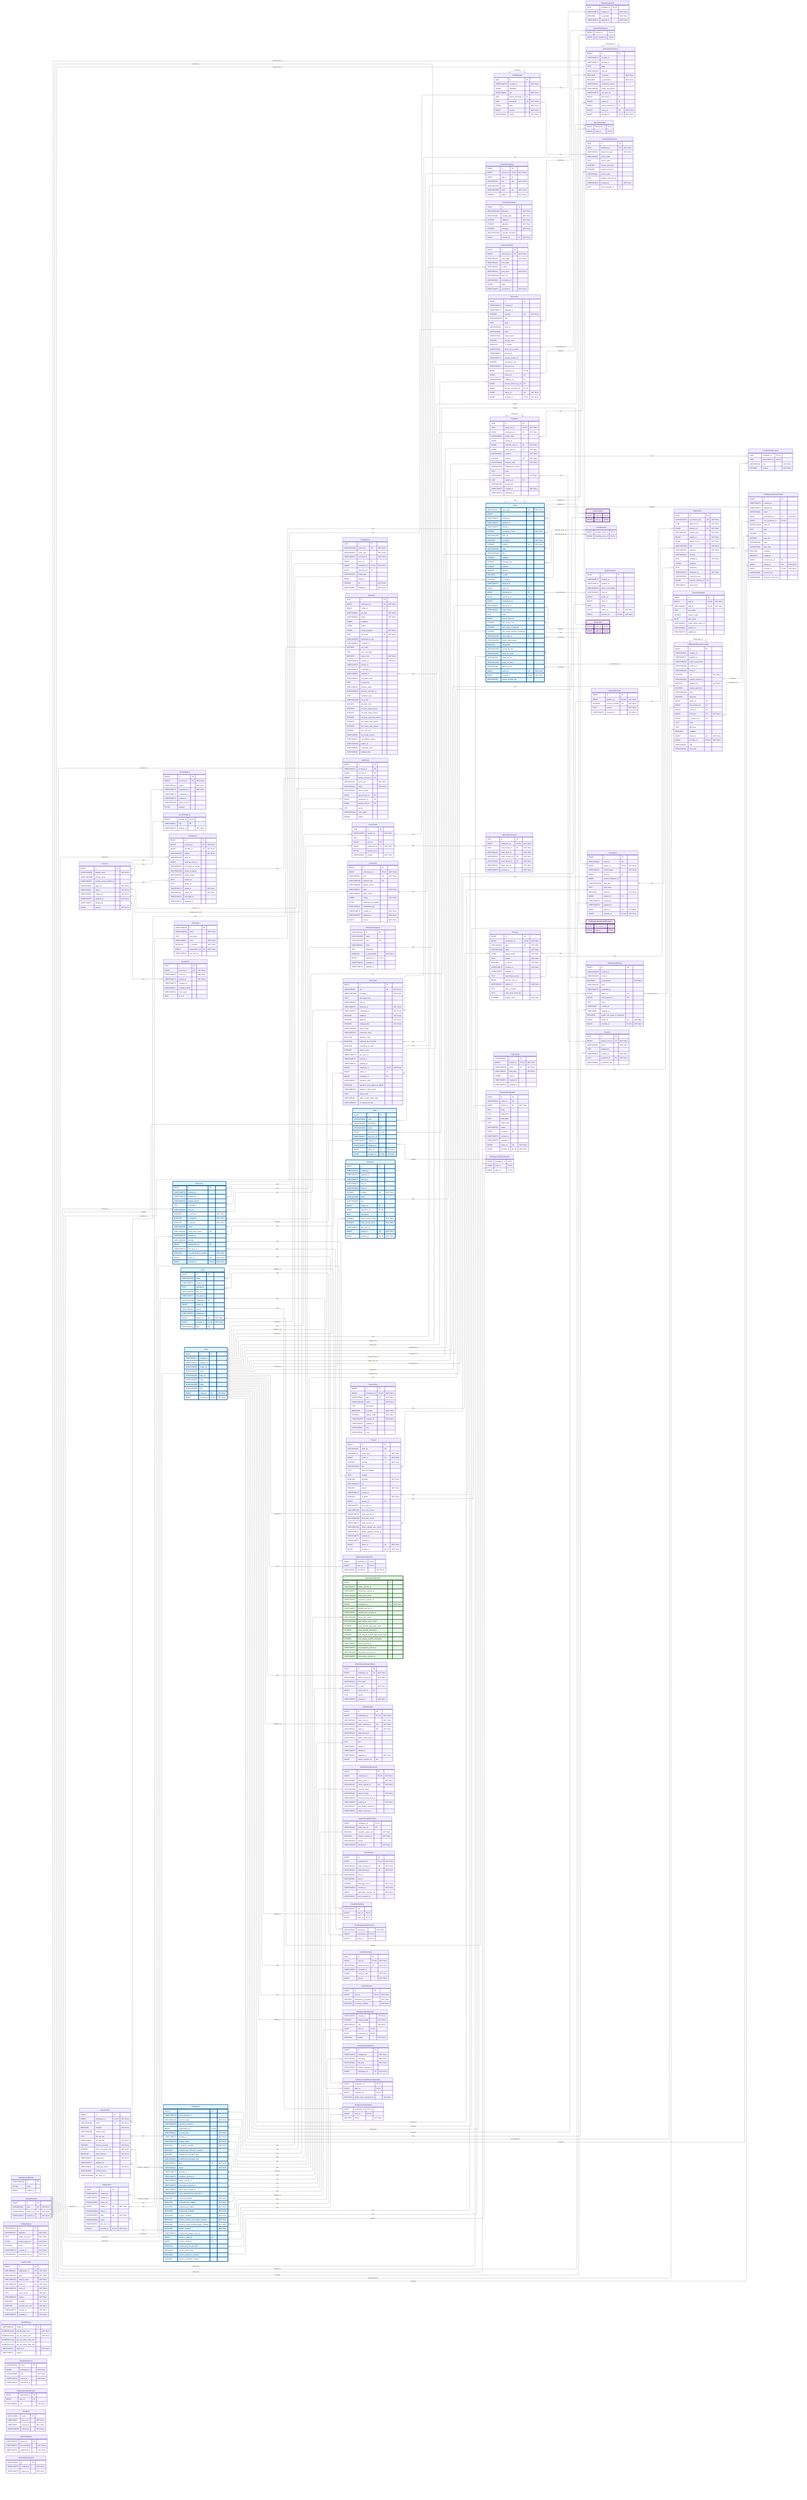
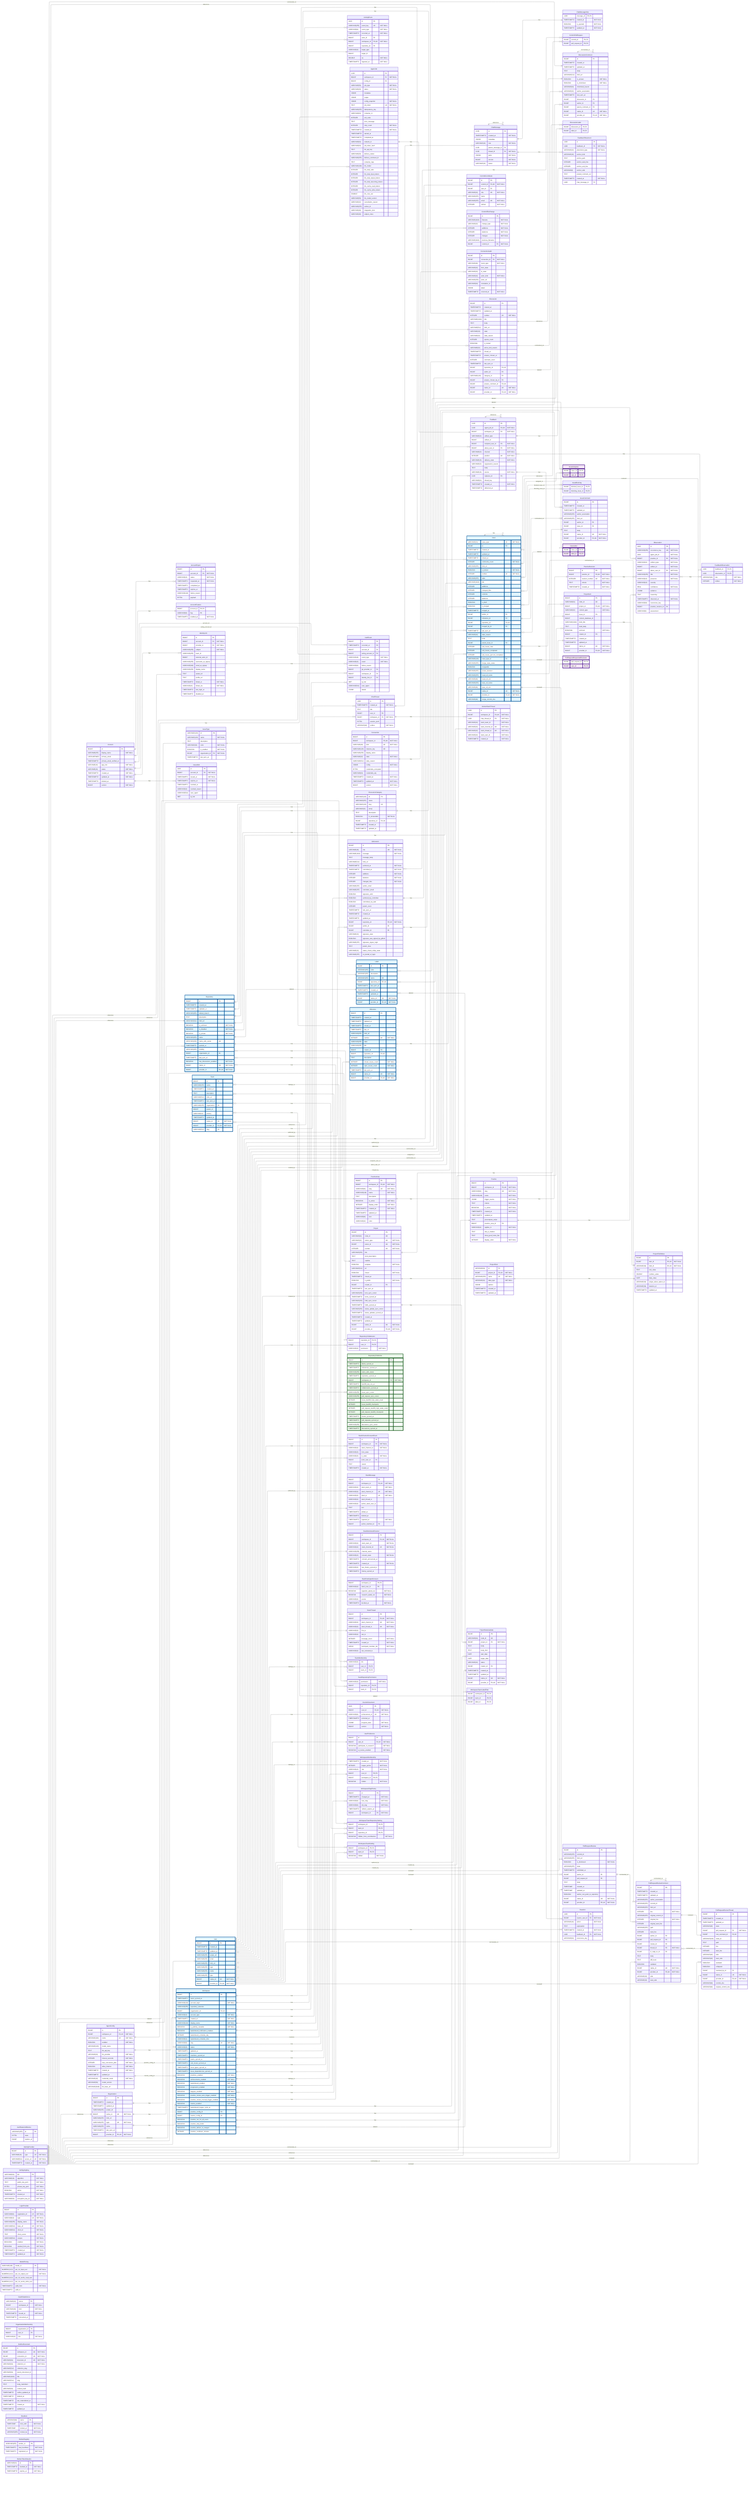
---
config:
    layout: elk
---
erDiagram
    %% Generated automatically from PostgreSQL database schema
    %% using scripts/generate-mermaid-erd.ts
    %% To regenerate: pnpm run db:generate-erd-docs

    direction LR

    Account {
        BIGINT id PK
        VARCHAR(255) display_name "NOT NULL"
        USER-DEFINED primary_email
        TIMESTAMPTZ primary_email_verified_at
        VARCHAR(16) app_role "NOT NULL"
        VARCHAR(16) status "NOT NULL"
        TIMESTAMPTZ created_at "NOT NULL"
        TIMESTAMPTZ updated_at "NOT NULL"
        TIMESTAMPTZ deleted_at
        BIGINT version "NOT NULL"
    }

    AccountExport {
        BIGINT id PK
        BIGINT account_id FK "NOT NULL"
        VARCHAR(16) status "NOT NULL"
        TIMESTAMPTZ requested_at "NOT NULL"
        TIMESTAMPTZ completed_at
        TIMESTAMPTZ expires_at
        VARCHAR(128) failure_reason
        BYTEA payload
    }

    AccountFeature {
        BIGINT account_id PK,FK
        VARCHAR(64) flag PK
        TIMESTAMPTZ enabled_at "NOT NULL"
    }

    ActivityEvent {
        UUID id PK
        VARCHAR(255) event_key UK "NOT NULL"
        VARCHAR(64) event_type "NOT NULL"
        TIMESTAMPTZ occurred_at "NOT NULL"
        BIGINT actor_id FK
        BIGINT workspace_id FK,UK "NOT NULL"
        BIGINT repository_id FK
        VARCHAR(32) target_type
        BIGINT target_id
        DOUBLE xp "NOT NULL"
        TIMESTAMPTZ ingested_at "NOT NULL"
    }

    AgentConfig {
        BIGINT id PK
        BIGINT workspace_id FK,UK "NOT NULL"
        VARCHAR(100) name UK "NOT NULL"
        BOOLEAN enabled "NOT NULL"
        VARCHAR(128) model_name
        TEXT llm_api_key
        VARCHAR(32) llm_provider "NOT NULL"
        INTEGER timeout_seconds "NOT NULL"
        INTEGER max_concurrent_jobs "NOT NULL"
        BOOLEAN allow_internet "NOT NULL"
        TIMESTAMPTZ created_at "NOT NULL"
        TIMESTAMPTZ updated_at
        VARCHAR(16) credential_mode "NOT NULL"
        VARCHAR(50) model_version
        VARCHAR(2048) llm_base_url
    }

    AgentJob {
        UUID id PK
        BIGINT workspace_id FK "NOT NULL"
        BIGINT config_id FK
        VARCHAR(50) job_type "NOT NULL"
        VARCHAR(20) status "NOT NULL"
        JSONB metadata
        JSONB output
        JSONB config_snapshot "NOT NULL"
        TEXT job_token UK "NOT NULL"
        VARCHAR(255) idempotency_key
        VARCHAR(64) container_id
        INTEGER exit_code
        TEXT error_message
        INTEGER retry_count "NOT NULL"
        TIMESTAMPTZ created_at "NOT NULL"
        TIMESTAMPTZ started_at
        TIMESTAMPTZ completed_at
        VARCHAR(64) network_id
        VARCHAR(64) job_token_hash
        TEXT llm_api_key
        VARCHAR(20) delivery_status
        VARCHAR(255) delivery_comment_id
        TEXT container_logs
        VARCHAR(100) llm_model
        INTEGER llm_total_calls
        INTEGER llm_total_input_tokens
        INTEGER llm_total_output_tokens
        INTEGER llm_total_reasoning_tokens
        INTEGER llm_cache_read_tokens
        INTEGER llm_cache_write_tokens
        DOUBLE llm_cost_usd
        VARCHAR(50) llm_model_version
        VARCHAR(32) cancellation_reason
        VARCHAR(255) worker_id
        VARCHAR(48) integration_kind
        VARCHAR(48) subject_class
    }

    AuthEvent {
        BIGINT id PK
        TIMESTAMPTZ occurred_at PK
        BIGINT account_id FK
        BIGINT acting_account_id FK
        VARCHAR(48) event_type "NOT NULL"
        VARCHAR(16) result "NOT NULL"
        VARCHAR(64) failure_reason
        BIGINT git_provider_id FK
        BIGINT workspace_id FK
        BIGINT identity_link_id FK
        INET ip_inet
        VARCHAR(512) user_agent
        JSONB details
    }

    AuthRateLimitBucket {
        VARCHAR(255) id PK
        BYTEA state
        BIGINT expires_at
    }

    ChatMessage {
        UUID id PK
        TIMESTAMPTZ created_at "NOT NULL"
        JSONB metadata
        VARCHAR(16) role "NOT NULL"
        UUID parent_message_id FK
        UUID thread_id FK "NOT NULL"
        JSONB parts "NOT NULL"
        BIGINT version "NOT NULL"
        VARCHAR(16) status "NOT NULL"
    }

    ChatMessageVote {
        UUID message_id PK,FK
        TIMESTAMPTZ created_at "NOT NULL"
        BOOLEAN is_upvoted "NOT NULL"
        TIMESTAMPTZ updated_at "NOT NULL"
    }

    ChatThread {
        UUID id PK
        TIMESTAMPTZ created_at "NOT NULL"
        TEXT title
        BIGINT user_id FK
        BIGINT workspace_id FK "NOT NULL"
        BYTEA session_jsonl
        VARCHAR(16) surface "NOT NULL"
    }

    CommitContributor {
        BIGINT id PK
        BIGINT commit_id FK,UK "NOT NULL"
        BIGINT user_id FK
        VARCHAR(32) role UK "NOT NULL"
        VARCHAR(255) name
        VARCHAR(255) email UK "NOT NULL"
        INTEGER ordinal "NOT NULL"
    }

    CommitFileChange {
        BIGINT id PK
        VARCHAR(1024) filename "NOT NULL"
        VARCHAR(32) change_type "NOT NULL"
        INTEGER additions "NOT NULL"
        INTEGER deletions "NOT NULL"
        INTEGER changes "NOT NULL"
        VARCHAR(1024) previous_filename
        BIGINT commit_id FK "NOT NULL"
    }

    CommitPullRequest {
        BIGINT commit_id PK,FK
        BIGINT pull_request_id PK,FK
    }

    Connection {
        BIGINT id PK
        BIGINT workspace_id FK,UK "NOT NULL"
        VARCHAR(48) kind UK "NOT NULL"
        VARCHAR(128) instance_key UK
        VARCHAR(256) display_name
        VARCHAR(32) state "NOT NULL"
        VARCHAR(512) state_reason
        JSONB config "NOT NULL"
        BYTEA credentials_encrypted
        VARCHAR(64) credentials_alg
        TIMESTAMPTZ created_at "NOT NULL"
        TIMESTAMPTZ updated_at "NOT NULL"
        BIGINT version "NOT NULL"
    }

    ConnectionAudit {
        BIGINT id PK
        BIGINT connection_id FK "NOT NULL"
        VARCHAR(48) event_type "NOT NULL"
        VARCHAR(32) from_state
        VARCHAR(32) to_state
        VARCHAR(32) actor_kind "NOT NULL"
        VARCHAR(256) actor_ref
        VARCHAR(64) correlation_id
        JSONB detail
        TIMESTAMPTZ occurred_at "NOT NULL"
    }

    Discussion {
        BIGINT id PK
        TIMESTAMPTZ created_at
        TIMESTAMPTZ updated_at
        INTEGER number UK "NOT NULL"
        VARCHAR(1024) title
        TEXT body
        VARCHAR(512) html_url
        VARCHAR(16) state
        VARCHAR(32) state_reason
        INTEGER upvote_count
        BOOLEAN is_locked
        VARCHAR(32) active_lock_reason
        TIMESTAMPTZ closed_at
        TIMESTAMPTZ answer_chosen_at
        INTEGER comment_count
        TIMESTAMPTZ last_sync_at
        BIGINT repository_id FK,UK
        BIGINT author_id FK
        VARCHAR(128) category_id FK
        BIGINT answer_chosen_by_id FK
        BIGINT answer_comment_id FK,UK
        BIGINT native_id UK "NOT NULL"
        BIGINT provider_id FK,UK "NOT NULL"
    }

    DiscussionCategory {
        VARCHAR(128) id PK
        VARCHAR(255) name
        VARCHAR(128) slug UK
        VARCHAR(32) emoji
        TEXT description
        BOOLEAN is_answerable "NOT NULL"
        BIGINT repository_id FK,UK
        TIMESTAMPTZ created_at
        TIMESTAMPTZ updated_at
    }

    DiscussionComment {
        BIGINT id PK
        TIMESTAMPTZ created_at
        TIMESTAMPTZ updated_at
        TEXT body
        VARCHAR(512) html_url
        BOOLEAN is_answer "NOT NULL"
        BOOLEAN is_minimized "NOT NULL"
        VARCHAR(64) minimized_reason
        VARCHAR(32) author_association
        TIMESTAMPTZ last_sync_at
        BIGINT discussion_id FK
        BIGINT author_id FK
        BIGINT parent_comment_id FK
        BIGINT native_id UK "NOT NULL"
        BIGINT provider_id FK,UK "NOT NULL"
    }

    DiscussionLabel {
        BIGINT discussion_id PK,FK
        BIGINT label_id PK,FK
    }

    Feedback {
        UUID id PK
        UUID agent_job_id FK,UK "NOT NULL"
        BIGINT workspace_id FK "NOT NULL"
        VARCHAR(32) artifact_type
        BIGINT artifact_id
        BIGINT recipient_user_id FK "NOT NULL"
        BIGINT about_user_id FK "NOT NULL"
        VARCHAR(32) channel "NOT NULL"
        INTEGER position UK "NOT NULL"
        VARCHAR(16) delivery_state "NOT NULL"
        VARCHAR(32) suppression_reason
        TEXT body
        VARCHAR(16) source "NOT NULL"
        UUID replaces_id FK
        VARCHAR(64) thread_key
        TIMESTAMPTZ created_at "NOT NULL"
        TIMESTAMPTZ delivered_at
    }

    FeedbackObservation {
        UUID feedback_id PK,FK
        UUID observation_id PK,FK
        VARCHAR(16) role "NOT NULL"
        INTEGER ordinal "NOT NULL"
    }

    FeedbackPlacement {
        UUID id PK
        UUID feedback_id FK "NOT NULL"
        VARCHAR(32) placement_type "NOT NULL"
        VARCHAR(16) anchor_kind
        TEXT anchor_path
        INTEGER anchor_start_line
        INTEGER anchor_end_line
        VARCHAR(8) anchor_side
        TEXT posted_comment_ref
        TIMESTAMPTZ created_at "NOT NULL"
        UUID chat_message_id FK
    }

    GitCommit {
        BIGINT id PK
        VARCHAR(40) sha UK "NOT NULL"
        VARCHAR(1024) message "NOT NULL"
        TEXT message_body
        VARCHAR(512) html_url
        TIMESTAMPTZ authored_at "NOT NULL"
        TIMESTAMPTZ committed_at "NOT NULL"
        INTEGER additions "NOT NULL"
        INTEGER deletions "NOT NULL"
        INTEGER changed_files "NOT NULL"
        VARCHAR(255) author_email
        VARCHAR(255) committer_email
        BOOLEAN signature_valid
        BOOLEAN authored_by_committer
        BOOLEAN committed_via_web
        INTEGER parent_count
        TIMESTAMPTZ last_sync_at
        TIMESTAMPTZ created_at
        TIMESTAMPTZ updated_at
        BIGINT repository_id FK,UK "NOT NULL"
        BIGINT author_id FK
        BIGINT committer_id FK
        VARCHAR(32) signature_state
        BOOLEAN signature_was_signed_by_github
        VARCHAR(255) signature_signer_login
        TEXT parent_shas
        VARCHAR(32) status_check_rollup_state
        VARCHAR(255) on_behalf_of_login
    }

    IdentityLink {
        BIGINT id PK
        BIGINT account_id FK "NOT NULL"
        BIGINT provider_id FK "NOT NULL"
        VARCHAR(255) subject "NOT NULL"
        VARCHAR(255) team_id
        BIGINT external_actor_id
        VARCHAR(255) username_at_signup
        VARCHAR(320) email_at_signup
        VARCHAR(255) display_name
        TEXT avatar_url
        TEXT profile_url
        TIMESTAMPTZ linked_at "NOT NULL"
        VARCHAR(16) linked_via "NOT NULL"
        TIMESTAMPTZ last_login_at
        TIMESTAMPTZ disabled_at
    }

    IdentityProvider {
        BIGINT id PK
        VARCHAR(10) type UK "NOT NULL"
        VARCHAR(512) server_url UK "NOT NULL"
        TIMESTAMPTZ created_at "NOT NULL"
    }

    Issue {
        VARCHAR(31) issue_type UK "NOT NULL"
        BIGINT id PK
        TIMESTAMPTZ created_at
        TIMESTAMPTZ updated_at
        TIMESTAMPTZ closed_at
        INTEGER comments_count "NOT NULL"
        VARCHAR(255) html_url
        BOOLEAN is_locked "NOT NULL"
        INTEGER number UK "NOT NULL"
        VARCHAR(255) state
        VARCHAR(1024) title
        INTEGER additions
        INTEGER changed_files
        INTEGER commits
        INTEGER deletions
        BOOLEAN is_draft
        BOOLEAN is_merged
        TIMESTAMPTZ merged_at
        BIGINT author_id FK
        BIGINT milestone_id FK
        BIGINT repository_id FK,UK
        BIGINT merged_by_id FK
        TIMESTAMPTZ last_sync_at
        VARCHAR(32) state_reason
        TEXT body
        BIGINT parent_issue_id FK
        INTEGER sub_issues_total
        INTEGER sub_issues_completed
        INTEGER sub_issues_percent_completed
        VARCHAR(128) issue_type_id FK
        VARCHAR(255) merge_state_status
        BOOLEAN mergeable
        VARCHAR(255) review_decision
        VARCHAR(255) head_ref_name
        VARCHAR(40) head_ref_oid
        VARCHAR(255) base_ref_name
        VARCHAR(40) base_ref_oid
        BIGINT native_id UK "NOT NULL"
        BIGINT provider_id FK,UK "NOT NULL"
        VARCHAR(40) merge_commit_sha
    }

    IssueAssignee {
        BIGINT issue_id PK,FK
        BIGINT user_id PK,FK
    }

    IssueBlocking {
        BIGINT blocked_issue_id PK,FK
        BIGINT blocking_issue_id PK,FK
    }

    IssueComment {
        BIGINT id PK
        TIMESTAMPTZ created_at
        TIMESTAMPTZ updated_at
        VARCHAR(255) author_association
        VARCHAR(255) html_url
        BIGINT author_id FK
        BIGINT issue_id FK
        TEXT body
        BIGINT native_id UK "NOT NULL"
        BIGINT provider_id FK,UK "NOT NULL"
    }

    IssueLabel {
        BIGINT issue_id PK,FK
        BIGINT label_id PK,FK
    }

    IssueType {
        VARCHAR(128) id PK
        VARCHAR(128) name "NOT NULL"
        TEXT description
        VARCHAR(20) color "NOT NULL"
        BOOLEAN is_enabled "NOT NULL"
        BIGINT organization_id FK "NOT NULL"
        TIMESTAMPTZ last_sync_at
    }

    IssuedJwt {
        UUID jti PK
        BIGINT account_id FK "NOT NULL"
        TIMESTAMPTZ issued_at "NOT NULL"
        TIMESTAMPTZ expires_at "NOT NULL"
        TIMESTAMPTZ revoked_at
        VARCHAR(32) revoked_reason
        VARCHAR(512) user_agent
        INET ip_inet
    }

    JwtSigningKey {
        VARCHAR(64) kid PK
        VARCHAR(16) algorithm "NOT NULL"
        TEXT public_key_pem "NOT NULL"
        BYTEA private_key_pem "NOT NULL"
        BOOLEAN active "NOT NULL"
        TIMESTAMPTZ created_at "NOT NULL"
        VARCHAR(64) encryption_key_id "NOT NULL"
    }

    Label {
        BIGINT id PK
        VARCHAR(255) color
        VARCHAR(255) description
        VARCHAR(255) name UK
        BIGINT repository_id FK,UK
        TIMESTAMPTZ last_sync_at
        TIMESTAMPTZ created_at
        TIMESTAMPTZ updated_at
        BIGINT native_id UK "NOT NULL"
        BIGINT provider_id FK,UK "NOT NULL"
    }

    LoginProvider {
        BIGINT id PK
        VARCHAR(64) registration_id UK "NOT NULL"
        VARCHAR(10) type UK "NOT NULL"
        VARCHAR(255) display_name "NOT NULL"
        VARCHAR(512) base_url UK "NOT NULL"
        VARCHAR(512) client_id "NOT NULL"
        TEXT client_secret "NOT NULL"
        VARCHAR(512) scopes "NOT NULL"
        BOOLEAN enabled "NOT NULL"
        BOOLEAN seeded_from_env "NOT NULL"
        TIMESTAMPTZ created_at "NOT NULL"
        TIMESTAMPTZ updated_at "NOT NULL"
    }

    MentorSlackThread {
        UUID id PK
        BIGINT workspace_id FK,UK "NOT NULL"
        UUID chat_thread_id FK "NOT NULL"
        VARCHAR(32) slack_team_id "NOT NULL"
        VARCHAR(32) slack_channel_id UK "NOT NULL"
        VARCHAR(32) slack_thread_ts UK "NOT NULL"
        VARCHAR(32) slack_user_id "NOT NULL"
        TIMESTAMPTZ created_at "NOT NULL"
    }

    Milestone {
        BIGINT id PK
        TIMESTAMPTZ created_at
        TIMESTAMPTZ updated_at
        TIMESTAMPTZ closed_at
        TIMESTAMPTZ due_on
        VARCHAR(255) html_url
        INTEGER number UK "NOT NULL"
        VARCHAR(255) state
        VARCHAR(255) title
        BIGINT creator_id FK
        BIGINT repository_id FK,UK
        TEXT description
        INTEGER closed_issues_count "NOT NULL"
        INTEGER open_issues_count "NOT NULL"
        TIMESTAMPTZ last_sync_at
        BIGINT native_id UK "NOT NULL"
        BIGINT provider_id FK,UK "NOT NULL"
    }

    ModelPricing {
        VARCHAR(128) model_id PK
        NUMERIC(12,6) per_1k_input_usd "NOT NULL"
        NUMERIC(12,6) per_1k_output_usd "NOT NULL"
        NUMERIC(12,6) per_1k_cache_read_usd
        NUMERIC(12,6) per_1k_cache_write_usd
        TIMESTAMPTZ valid_from "NOT NULL"
        TIMESTAMPTZ valid_to
    }

    OauthStateNonce {
        VARCHAR(32) nonce PK
        BIGINT workspace_id "NOT NULL"
        VARCHAR(48) kind "NOT NULL"
        TIMESTAMPTZ issued_at "NOT NULL"
        TIMESTAMPTZ consumed_at
    }

    Observation {
        UUID id PK
        VARCHAR(255) occurrence_key UK "NOT NULL"
        UUID agent_job_id "NOT NULL"
        BIGINT practice_id FK "NOT NULL"
        VARCHAR(32) artifact_type "NOT NULL"
        BIGINT artifact_id "NOT NULL"
        BIGINT about_user_id FK "NOT NULL"
        VARCHAR(255) title "NOT NULL"
        VARCHAR(16) presence "NOT NULL"
        VARCHAR(16) severity
        REAL confidence "NOT NULL"
        JSONB evidence
        TEXT reasoning
        TIMESTAMPTZ observed_at "NOT NULL"
        VARCHAR(64) recurrence_key
        BIGINT practice_revision_id FK
        VARCHAR(8) assessment
    }

    Organization {
        BIGINT id PK
        TIMESTAMPTZ created_at
        TIMESTAMPTZ updated_at
        VARCHAR(255) avatar_url
        BIGINT native_id UK "NOT NULL"
        VARCHAR(255) html_url
        VARCHAR(255) login UK "NOT NULL"
        VARCHAR(255) name
        TIMESTAMPTZ last_sync_at
        BIGINT provider_id FK,UK "NOT NULL"
    }

    OrganizationMembership {
        BIGINT organization_id PK
        BIGINT user_id PK
        VARCHAR(32) role "NOT NULL"
+     }
+ 
+     OutlineDocument {
+         BIGINT id PK
+         BIGINT workspace_id UK "NOT NULL"
+         BIGINT connection_id UK "NOT NULL"
+         VARCHAR(64) document_id UK "NOT NULL"
+         VARCHAR(64) collection_id "NOT NULL"
+         VARCHAR(512) collection_slug
+         VARCHAR(64) parent_document_id
+         VARCHAR(1024) title
+         VARCHAR(512) slug
+         TEXT body_markdown
+         VARCHAR(64) content_hash
+         TIMESTAMPTZ outline_updated_at
+         TIMESTAMPTZ deleted_at
+         TIMESTAMPTZ last_materialized_at
+         TIMESTAMPTZ created_at "NOT NULL"
+         TIMESTAMPTZ updated_at
    }

    Practice {
        BIGINT id PK
        BIGINT workspace_id FK,UK "NOT NULL"
        VARCHAR(64) slug UK "NOT NULL"
        VARCHAR(128) name "NOT NULL"
        JSONB trigger_events "NOT NULL"
        TEXT criteria "NOT NULL"
        BOOLEAN is_active "NOT NULL"
        TIMESTAMPTZ created_at "NOT NULL"
        TIMESTAMPTZ updated_at
        TEXT precompute_script
        BIGINT practice_area_id FK
        VARCHAR(32) applies_to "NOT NULL"
        TEXT why_it_matters
        TEXT what_good_looks_like
        INTEGER display_order "NOT NULL"
    }

    PracticeArea {
        BIGINT id PK
        BIGINT workspace_id FK,UK "NOT NULL"
        VARCHAR(64) slug UK "NOT NULL"
        VARCHAR(128) name "NOT NULL"
        TEXT description
        BOOLEAN is_active "NOT NULL"
        INTEGER display_order "NOT NULL"
        TIMESTAMPTZ created_at "NOT NULL"
        TIMESTAMPTZ updated_at
        VARCHAR(64) icon
        VARCHAR(32) color
    }

    PracticeRevision {
        BIGINT id PK
        BIGINT practice_id FK,UK "NOT NULL"
        INTEGER revision_number UK "NOT NULL"
        TEXT criteria "NOT NULL"
        TIMESTAMPTZ created_at "NOT NULL"
    }

    Project {
        BIGINT id PK
        VARCHAR(64) node_id UK
        VARCHAR(32) owner_type UK "NOT NULL"
        BIGINT owner_id UK "NOT NULL"
        INTEGER number UK "NOT NULL"
        VARCHAR(256) title
        TEXT short_description
        TEXT readme
        BOOLEAN template "NOT NULL"
        VARCHAR(512) url
        BOOLEAN closed "NOT NULL"
        TIMESTAMPTZ closed_at
        BOOLEAN is_public "NOT NULL"
        BIGINT creator_id FK
        TIMESTAMPTZ last_sync_at
        VARCHAR(256) item_sync_cursor
        TIMESTAMPTZ items_synced_at
        VARCHAR(256) field_sync_cursor
        TIMESTAMPTZ fields_synced_at
        VARCHAR(256) status_update_sync_cursor
        TIMESTAMPTZ status_updates_synced_at
        TIMESTAMPTZ created_at
        TIMESTAMPTZ updated_at
        BIGINT native_id UK "NOT NULL"
        BIGINT provider_id FK,UK "NOT NULL"
    }

    ProjectField {
        VARCHAR(64) id PK
        BIGINT project_id FK,UK "NOT NULL"
        VARCHAR(256) name UK "NOT NULL"
        VARCHAR(32) data_type "NOT NULL"
        JSONB options
        TIMESTAMPTZ created_at
        TIMESTAMPTZ updated_at
    }

    ProjectFieldValue {
        BIGINT id PK
        BIGINT item_id FK,UK "NOT NULL"
        VARCHAR(64) field_id FK,UK "NOT NULL"
        TEXT text_value
        DOUBLE number_value
        DATE date_value
        VARCHAR(64) single_select_option_id
        VARCHAR(64) iteration_id
        TIMESTAMPTZ updated_at
    }

    ProjectItem {
        BIGINT id PK
        VARCHAR(64) node_id UK
        BIGINT project_id FK,UK "NOT NULL"
        VARCHAR(32) content_type "NOT NULL"
        BIGINT issue_id FK
        BIGINT content_database_id
        VARCHAR(1024) draft_title
        TEXT draft_body
        BOOLEAN archived "NOT NULL"
        BIGINT creator_id FK
        TIMESTAMPTZ created_at
        TIMESTAMPTZ updated_at
        BIGINT native_id UK "NOT NULL"
        BIGINT provider_id FK,UK "NOT NULL"
    }

    ProjectStatusUpdate {
        BIGINT id PK
        VARCHAR(64) node_id UK
        BIGINT project_id FK "NOT NULL"
        TEXT body
        TEXT body_html
        DATE start_date
        DATE target_date
        VARCHAR(32) status
        BIGINT creator_id FK
        TIMESTAMPTZ created_at
        TIMESTAMPTZ updated_at
        BIGINT native_id UK "NOT NULL"
        BIGINT provider_id FK,UK "NOT NULL"
    }

    PullRequestRequestedReviewer {
        BIGINT pull_request_id PK,FK
        BIGINT user_id PK,FK
    }

    PullRequestReview {
        BIGINT id PK
        VARCHAR(255) commit_id
        VARCHAR(255) html_url
        BOOLEAN is_dismissed "NOT NULL"
        VARCHAR(255) state
        TIMESTAMPTZ submitted_at
        BIGINT author_id FK
        BIGINT pull_request_id FK
        TEXT body
        TIMESTAMP created_at
        TIMESTAMP updated_at
        BOOLEAN author_can_push_to_repository
        BIGINT native_id UK "NOT NULL"
        BIGINT provider_id FK,UK "NOT NULL"
    }

    PullRequestReviewComment {
        BIGINT id PK
        TIMESTAMPTZ created_at
        TIMESTAMPTZ updated_at
        VARCHAR(255) author_association
        VARCHAR(255) commit_id
        VARCHAR(255) html_url
        INTEGER line "NOT NULL"
        VARCHAR(255) original_commit_id
        INTEGER original_line "NOT NULL"
        INTEGER original_start_line
        VARCHAR(255) path
        INTEGER start_line
        BIGINT author_id FK
        BIGINT pull_request_id FK
        BIGINT review_id FK
        BIGINT thread_id FK "NOT NULL"
        BIGINT in_reply_to_id FK
        TEXT body
        TEXT diff_hunk
        BOOLEAN outdated
        BIGINT native_id UK "NOT NULL"
        BIGINT provider_id FK,UK "NOT NULL"
        VARCHAR(16) side
        VARCHAR(16) start_side
    }

    PullRequestReviewThread {
        BIGINT id PK
        TIMESTAMPTZ created_at
        TIMESTAMPTZ updated_at
        VARCHAR(20) state
        BIGINT pull_request_id FK "NOT NULL"
        BIGINT root_comment_id FK,UK
        VARCHAR(128) node_id
        TEXT path
        INTEGER line
        INTEGER start_line
        VARCHAR(16) side
        VARCHAR(16) start_side
        BOOLEAN outdated
        BOOLEAN collapsed
        BIGINT resolved_by_id FK
        BIGINT native_id UK "NOT NULL"
        BIGINT provider_id FK,UK "NOT NULL"
        VARCHAR(64) commit_sha
        VARCHAR(64) original_commit_sha
    }

    Reaction {
        UUID id PK
        BIGINT reactor_user_id FK "NOT NULL"
        VARCHAR(16) action "NOT NULL"
        TEXT explanation
        TIMESTAMPTZ created_at "NOT NULL"
        UUID feedback_id FK "NOT NULL"
        VARCHAR(64) recurrence_key
    }

    Repository {
        BIGINT id PK
        TIMESTAMPTZ created_at
        TIMESTAMPTZ updated_at
        VARCHAR(255) default_branch
        TEXT description
        VARCHAR(512) html_url
        BOOLEAN is_archived "NOT NULL"
        BOOLEAN is_disabled "NOT NULL"
        BOOLEAN is_private "NOT NULL"
        VARCHAR(255) name
        VARCHAR(150) name_with_owner UK
        TIMESTAMPTZ pushed_at
        VARCHAR(255) visibility
        BIGINT organization_id FK
        TIMESTAMPTZ last_sync_at
        BOOLEAN has_discussions_enabled "NOT NULL"
        BIGINT native_id UK "NOT NULL"
        BIGINT provider_id FK,UK "NOT NULL"
    }

    RepositoryCollaborator {
        BIGINT repository_id PK,FK
        BIGINT user_id PK,FK
        VARCHAR(32) permission "NOT NULL"
    }

    RepositoryToMonitor {
        BIGINT id PK
        TIMESTAMPTZ labels_synced_at
        TIMESTAMPTZ milestones_synced_at
        VARCHAR(255) name_with_owner
        TIMESTAMPTZ repository_synced_at
        BIGINT workspace_id FK "NOT NULL"
        TIMESTAMPTZ backfill_last_run_at
        TIMESTAMPTZ collaborators_synced_at
        VARCHAR(255) issue_sync_cursor
        VARCHAR(255) pull_request_sync_cursor
        INTEGER issue_backfill_high_water_mark
        INTEGER issue_backfill_checkpoint
        INTEGER pull_request_backfill_high_water_mark
        INTEGER pull_request_backfill_checkpoint
        TIMESTAMPTZ issues_synced_at
        TIMESTAMPTZ pull_requests_synced_at
        VARCHAR(255) discussion_sync_cursor
        TIMESTAMPTZ discussions_synced_at
    }

    Shedlock {
        VARCHAR(64) name PK
        TIMESTAMP lock_until "NOT NULL"
        TIMESTAMP locked_at "NOT NULL"
        VARCHAR(255) locked_by "NOT NULL"
    }

    SlackChannelConsentEvent {
        BIGINT id PK
        BIGINT workspace_id FK "NOT NULL"
        VARCHAR(32) slack_channel_id "NOT NULL"
        VARCHAR(16) from_state
        VARCHAR(16) to_state "NOT NULL"
        BIGINT actor_user_id FK
        TEXT reason
        TIMESTAMPTZ created_at "NOT NULL"
    }

    SlackMessage {
        BIGINT id PK
        BIGINT workspace_id FK,UK "NOT NULL"
        VARCHAR(32) slack_team_id "NOT NULL"
        VARCHAR(32) slack_channel_id UK "NOT NULL"
        VARCHAR(32) slack_ts UK "NOT NULL"
        VARCHAR(32) slack_thread_ts
        VARCHAR(32) author_slack_user_id
        TEXT text
        TIMESTAMPTZ edited_at
        TIMESTAMPTZ deleted_at
        TIMESTAMPTZ ingested_at "NOT NULL"
        BIGINT author_member_id FK
    }

    SlackMonitoredChannel {
        BIGINT id PK
        BIGINT workspace_id FK,UK "NOT NULL"
        VARCHAR(32) slack_team_id "NOT NULL"
        VARCHAR(32) slack_channel_id UK "NOT NULL"
        VARCHAR(256) channel_name
        VARCHAR(16) consent_state "NOT NULL"
        TIMESTAMPTZ consent_announced_at
        TIMESTAMPTZ created_at "NOT NULL"
        VARCHAR(32) last_history_synced_ts
        TIMESTAMPTZ history_synced_at
    }

    SlackParticipantConsent {
        BIGINT workspace_id PK,FK
        VARCHAR(32) slack_user_id PK
        BOOLEAN ingestion_opted_out "NOT NULL"
        BOOLEAN research_opted_out "NOT NULL"
        VARCHAR(32) source
        TIMESTAMPTZ decided_at "NOT NULL"
    }

    SlackThread {
        BIGINT id PK
        BIGINT workspace_id FK,UK "NOT NULL"
        VARCHAR(32) slack_channel_id UK "NOT NULL"
        VARCHAR(32) slack_thread_ts UK "NOT NULL"
        VARCHAR(32) first_ts
        VARCHAR(32) last_ts
        INTEGER message_count "NOT NULL"
        TIMESTAMPTZ created_at "NOT NULL"
        ARRAY participant_member_ids "NOT NULL"
        VARCHAR(32) last_reviewed_ts
    }

    Team {
        BIGINT id PK
        VARCHAR(255) name
        TIMESTAMPTZ created_at
        TEXT description
        VARCHAR(512) html_url
        TIMESTAMPTZ last_sync_at
        VARCHAR(255) organization UK
        BIGINT parent_id
        VARCHAR(32) privacy
        TIMESTAMPTZ updated_at
        BIGINT native_id UK "NOT NULL"
        BIGINT provider_id FK,UK "NOT NULL"
        VARCHAR(512) slug UK
    }

    TeamMembership {
        VARCHAR(32) role
        BIGINT user_id PK,FK
        BIGINT team_id PK,FK
    }

    TeamRepositoryPermission {
        VARCHAR(32) permission "NOT NULL"
        BIGINT repository_id PK,FK
        BIGINT team_id PK,FK
    }

    User {
        BIGINT id PK
        TIMESTAMPTZ created_at
        TIMESTAMPTZ updated_at
        VARCHAR(255) avatar_url
        VARCHAR(255) email
        VARCHAR(255) html_url
        VARCHAR(255) login
        VARCHAR(255) name
        VARCHAR(255) type
        BIGINT native_id UK "NOT NULL"
        BIGINT provider_id FK,UK "NOT NULL"
    }

    UserAchievement {
        UUID id PK
        BIGINT user_id FK,UK "NOT NULL"
        VARCHAR(64) achievement_id UK "NOT NULL"
        TIMESTAMPTZ unlocked_at
        JSONB progress_data "NOT NULL"
        BIGINT version "NOT NULL"
    }

    UserPreference {
        BIGINT id PK
        BIGINT user_id FK,UK "NOT NULL"
        BOOLEAN participate_in_research "NOT NULL"
        BOOLEAN ai_review_enabled "NOT NULL"
    }

    WorkerRegistry {
        VARCHAR(255) worker_id PK
        TIMESTAMPTZ last_heartbeat "NOT NULL"
        TIMESTAMPTZ registered_at "NOT NULL"
    }

    WorkerTokenDenylist {
        VARCHAR(64) jti PK
        TIMESTAMPTZ revoked_at "NOT NULL"
        TIMESTAMPTZ expires_at "NOT NULL"
    }

    Workspace {
        BIGINT id PK
        TIMESTAMPTZ users_synced_at
        VARCHAR(120) account_login "NOT NULL"
        VARCHAR(255) repository_selection
        BIGINT organization_id FK,UK
        VARCHAR(10) account_type "NOT NULL"
        TIMESTAMPTZ created_at "NOT NULL"
        VARCHAR(120) display_name "NOT NULL"
        BOOLEAN is_publicly_viewable "NOT NULL"
        BOOLEAN leaderboard_notification_enabled
        INTEGER leaderboard_schedule_day
        VARCHAR(10) leaderboard_schedule_time
        VARCHAR(64) slug UK "NOT NULL"
        VARCHAR(20) status "NOT NULL"
        TIMESTAMPTZ updated_at
        TIMESTAMPTZ members_synced_at
        TIMESTAMPTZ teams_synced_at
        TIMESTAMPTZ sub_issues_synced_at
        TIMESTAMPTZ issue_types_synced_at
        TIMESTAMPTZ issue_dependencies_synced_at
        BOOLEAN practices_enabled "NOT NULL"
        BOOLEAN achievements_enabled "NOT NULL"
        BOOLEAN leaderboard_enabled "NOT NULL"
        BOOLEAN progression_enabled "NOT NULL"
        BOOLEAN leagues_enabled "NOT NULL"
        BOOLEAN practice_review_auto_trigger_enabled "NOT NULL"
        BOOLEAN practice_review_manual_trigger_enabled "NOT NULL"
        BOOLEAN mentor_enabled "NOT NULL"
        TIMESTAMPTZ leaderboard_league_cycle_at
        BIGINT practice_config_id FK
        BIGINT mentor_config_id FK
        BOOLEAN practice_run_for_all_users
        BOOLEAN practice_skip_drafts
        BOOLEAN practice_deliver_to_merged
        INTEGER practice_cooldown_minutes
    }

    WorkspaceMembership {
        TIMESTAMPTZ created_at "NOT NULL"
        INTEGER league_points "NOT NULL"
        VARCHAR(16) role "NOT NULL"
        BIGINT user_id PK,FK
        BIGINT workspace_id PK,FK
        BOOLEAN hidden "NOT NULL"
    }

    WorkspaceSlugHistory {
        BIGINT id PK
        TIMESTAMPTZ changed_at "NOT NULL"
        VARCHAR(64) new_slug "NOT NULL"
        VARCHAR(64) old_slug "NOT NULL"
        TIMESTAMPTZ redirect_expires_at
        BIGINT workspace_id FK "NOT NULL"
    }

    WorkspaceTeamLabelFilter {
        BIGINT workspace_id PK,FK
        BIGINT team_id PK,FK
        BIGINT label_id PK,FK
    }

    WorkspaceTeamRepositorySetting {
        BIGINT workspace_id PK,FK
        BIGINT team_id PK,FK
        BIGINT repository_id PK,FK
        BOOLEAN hidden_from_contributions "NOT NULL"
    }

    WorkspaceTeamSetting {
        BIGINT workspace_id PK,FK
        BIGINT team_id PK,FK
        BOOLEAN hidden "NOT NULL"
    }

    %% Relationships
    %% One-to-One relationships
    Account ||--|| AccountFeature : has
    Workspace ||--|| ActivityEvent : has
    Workspace ||--|| AgentConfig : has
    ChatMessage ||--|| ChatMessageVote : has
    GitCommit ||--|| CommitContributor : has
    Workspace ||--|| Connection : has
    Repository ||--|| Discussion : has
    DiscussionComment ||--|| Discussion : references
    IdentityProvider ||--|| Discussion : references
    Repository ||--|| DiscussionCategory : has
    IdentityProvider ||--|| DiscussionComment : commented_on
    AgentJob ||--|| Feedback : has
    Repository ||--|| GitCommit : has
    Repository ||--|| Issue : has
    IdentityProvider ||--|| Issue : references
    IdentityProvider ||--|| IssueComment : commented_on
    Repository ||--|| Label : labeled
    IdentityProvider ||--|| Label : labeled
    Workspace ||--|| MentorSlackThread : has
    Repository ||--|| Milestone : has
    IdentityProvider ||--|| Milestone : references
    IdentityProvider ||--|| Organization : references
    Workspace ||--|| Practice : has
    Workspace ||--|| PracticeArea : has
    Practice ||--|| PracticeRevision : has
    IdentityProvider ||--|| Project : references
    Project ||--|| ProjectField : has
    ProjectItem ||--|| ProjectFieldValue : has
    ProjectField ||--|| ProjectFieldValue : has
    Project ||--|| ProjectItem : has
    IdentityProvider ||--|| ProjectItem : references
    IdentityProvider ||--|| ProjectStatusUpdate : references
    IdentityProvider ||--|| PullRequestReview : reviewed
    IdentityProvider ||--|| PullRequestReviewComment : commented_on
    PullRequestReviewComment ||--|| PullRequestReviewThread : reviewed
    IdentityProvider ||--|| PullRequestReviewThread : reviewed
    IdentityProvider ||--|| Repository : references
    Workspace ||--|| SlackMessage : has
    Workspace ||--|| SlackMonitoredChannel : has
    Workspace ||--|| SlackParticipantConsent : has
    Workspace ||--|| SlackThread : has
    IdentityProvider ||--|| Team : references
    IdentityProvider ||--|| User : references
    User ||--|| UserAchievement : has
    User ||--|| UserPreference : has
    Organization ||--|| Workspace : has
    User ||--|| WorkspaceMembership : belongs_to
    Workspace ||--|| WorkspaceMembership : belongs_to

    %% One-to-Many relationships
    Account ||--o{ AccountExport : has
    User ||--o{ ActivityEvent : references
    Repository ||--o{ ActivityEvent : has
    Workspace ||--o{ AgentJob : has
    AgentConfig ||--o{ AgentJob : has
    Account ||--o{ AuthEvent : account_id
    Account ||--o{ AuthEvent : acting_account_id
    IdentityProvider ||--o{ AuthEvent : references
    Workspace ||--o{ AuthEvent : has
    IdentityLink ||--o{ AuthEvent : has
    ChatMessage ||--o{ ChatMessage : references
    ChatThread ||--o{ ChatMessage : has
    User ||--o{ ChatThread : has
    Workspace ||--o{ ChatThread : has
    User ||--o{ CommitContributor : has
    GitCommit ||--o{ CommitFileChange : has
    Connection ||--o{ ConnectionAudit : has
    User ||--o{ Discussion : authored_by
    DiscussionCategory ||--o{ Discussion : has
    User ||--o{ Discussion : references
    Discussion ||--o{ DiscussionComment : commented_on
    User ||--o{ DiscussionComment : commented_on
    DiscussionComment ||--o{ DiscussionComment : commented_on
    Workspace ||--o{ Feedback : has
    User ||--o{ Feedback : recipient_user_id
    User ||--o{ Feedback : about_user_id
    Feedback ||--o{ Feedback : references
    Feedback ||--o{ FeedbackPlacement : has
    ChatMessage ||--o{ FeedbackPlacement : has
    User ||--o{ GitCommit : authored_by
    User ||--o{ GitCommit : references
    Account ||--o{ IdentityLink : has
    IdentityProvider ||--o{ IdentityLink : references
    User ||--o{ Issue : authored_by
    Milestone ||--o{ Issue : has
    User ||--o{ Issue : merged_by
    Issue ||--o{ Issue : has
    IssueType ||--o{ Issue : has
    User ||--o{ IssueComment : commented_on
    Issue ||--o{ IssueComment : commented_on
    Organization ||--o{ IssueType : has
    Account ||--o{ IssuedJwt : has
    ChatThread ||--o{ MentorSlackThread : has
    User ||--o{ Milestone : created_by
    Practice ||--o{ Observation : has
    User ||--o{ Observation : has
    PracticeRevision ||--o{ Observation : has
    PracticeArea ||--o{ Practice : has
    User ||--o{ Project : created_by
    Issue ||--o{ ProjectItem : has
    User ||--o{ ProjectItem : created_by
    Project ||--o{ ProjectStatusUpdate : has
    User ||--o{ ProjectStatusUpdate : created_by
    User ||--o{ PullRequestReview : reviewed
    Issue ||--o{ PullRequestReview : reviewed
    User ||--o{ PullRequestReviewComment : commented_on
    Issue ||--o{ PullRequestReviewComment : commented_on
    PullRequestReview ||--o{ PullRequestReviewComment : commented_on
    PullRequestReviewThread ||--o{ PullRequestReviewComment : commented_on
    PullRequestReviewComment ||--o{ PullRequestReviewComment : commented_on
    Issue ||--o{ PullRequestReviewThread : reviewed
    User ||--o{ PullRequestReviewThread : reviewed
    User ||--o{ Reaction : has
    Feedback ||--o{ Reaction : has
    Organization ||--o{ Repository : has
    Workspace ||--o{ RepositoryToMonitor : monitors
    Workspace ||--o{ SlackChannelConsentEvent : has
    User ||--o{ SlackChannelConsentEvent : has
    User ||--o{ SlackMessage : authored_by
    AgentConfig ||--o{ Workspace : practice_config_id
    AgentConfig ||--o{ Workspace : mentor_config_id
    Workspace ||--o{ WorkspaceSlugHistory : has

    %% Many-to-Many relationships
    GitCommit }o--o{ CommitPullRequest : has
    Issue }o--o{ CommitPullRequest : references
    Discussion }o--o{ DiscussionLabel : labeled
    Label }o--o{ DiscussionLabel : labeled
    Feedback }o--o{ FeedbackObservation : has
    Observation }o--o{ FeedbackObservation : has
    Issue }o--o{ IssueAssignee : assigned_to
    User }o--o{ IssueAssignee : assigned_to
    Issue }o--o{ IssueBlocking : blocked_issue_id
    Issue }o--o{ IssueBlocking : blocking_issue_id
    Issue }o--o{ IssueLabel : labeled
    Label }o--o{ IssueLabel : labeled
    Issue }o--o{ PullRequestRequestedReviewer : reviewed
    User }o--o{ PullRequestRequestedReviewer : reviewed
    Repository }o--o{ RepositoryCollaborator : has
    User }o--o{ RepositoryCollaborator : has
    User }o--o{ TeamMembership : belongs_to
    Team }o--o{ TeamMembership : belongs_to
    Repository }o--o{ TeamRepositoryPermission : has
    Team }o--o{ TeamRepositoryPermission : has
    Workspace }o--o{ WorkspaceTeamLabelFilter : labeled
    Team }o--o{ WorkspaceTeamLabelFilter : labeled
    Label }o--o{ WorkspaceTeamLabelFilter : labeled
    Workspace }o--o{ WorkspaceTeamRepositorySetting : has
    Team }o--o{ WorkspaceTeamRepositorySetting : has
    Repository }o--o{ WorkspaceTeamRepositorySetting : has
    Workspace }o--o{ WorkspaceTeamSetting : has
    Team }o--o{ WorkspaceTeamSetting : has

    %% Styling
    classDef primaryEntity fill:#e1f5fe,stroke:#01579b,stroke-width:2px
    classDef associationEntity fill:#f3e5f5,stroke:#4a148c,stroke-width:2px
    classDef metadataEntity fill:#e8f5e8,stroke:#1b5e20,stroke-width:2px

    class Issue primaryEntity
    class IssueAssignee associationEntity
    class IssueLabel associationEntity
    class Label primaryEntity
    class Milestone primaryEntity
    class PullRequestRequestedReviewer associationEntity
    class Repository primaryEntity
    class RepositoryToMonitor metadataEntity
    class Team primaryEntity
    class User primaryEntity
    class Workspace primaryEntity
